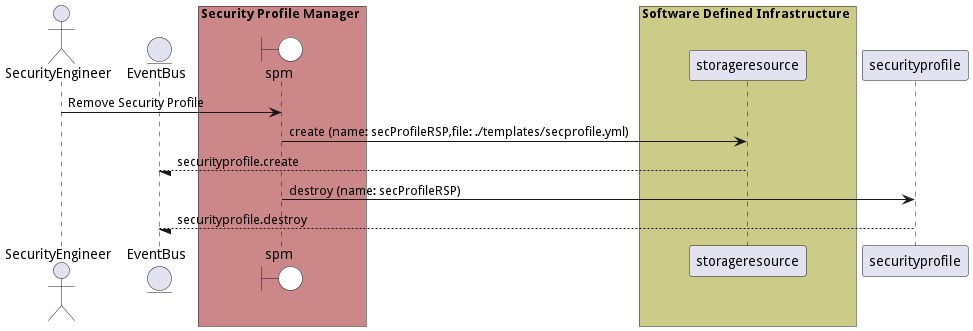
The PlantUML diagram docs/edgemere/sa/spm/usecases/managesecurityprofiles/RemoveSecurityProfile.png in madajaju/edgemere, before a commit. The source it was exported from:
```plantuml
@startuml

actor "SecurityEngineer"


entity EventBus

box Security Profile Manager #cc8888
    boundary spm #white
end box


box Software Defined Infrastructure #cccc88
            participant storageresource
    end box

box Security Profile Manager #cc8888
    end box


"SecurityEngineer" -> spm: Remove Security Profile

    spm -> "storageresource": create (name: secProfileRSP,file: ./templates/secprofile.yml)

    "storageresource" --/ EventBus: securityprofile.create

    spm -> "securityprofile": destroy (name: secProfileRSP)

    "securityprofile" --/ EventBus: securityprofile.destroy



@enduml
```
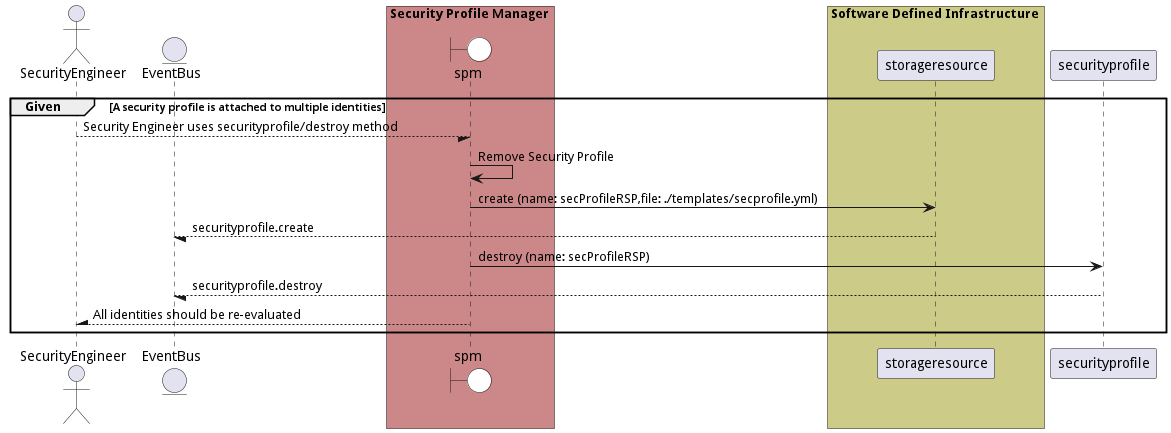
The same file after the commit.

The edit, as a diff of the source:
```diff
@@ -1,4 +1,5 @@
 @startuml
+
 
 actor "SecurityEngineer"
 
@@ -17,8 +18,10 @@
 box Security Profile Manager #cc8888
     end box
 
+group Given [A security profile is attached to multiple identities]
 
-"SecurityEngineer" -> spm: Remove Security Profile
+"SecurityEngineer" --/ spm: Security Engineer uses securityprofile/destroy method
+"spm" -> spm: Remove Security Profile
 
     spm -> "storageresource": create (name: secProfileRSP,file: ./templates/secprofile.yml)
 
@@ -30,4 +33,9 @@
 
 
 
+"SecurityEngineer" /-- spm: All identities should be re-evaluated
+
+
+end
+
 @enduml
```
